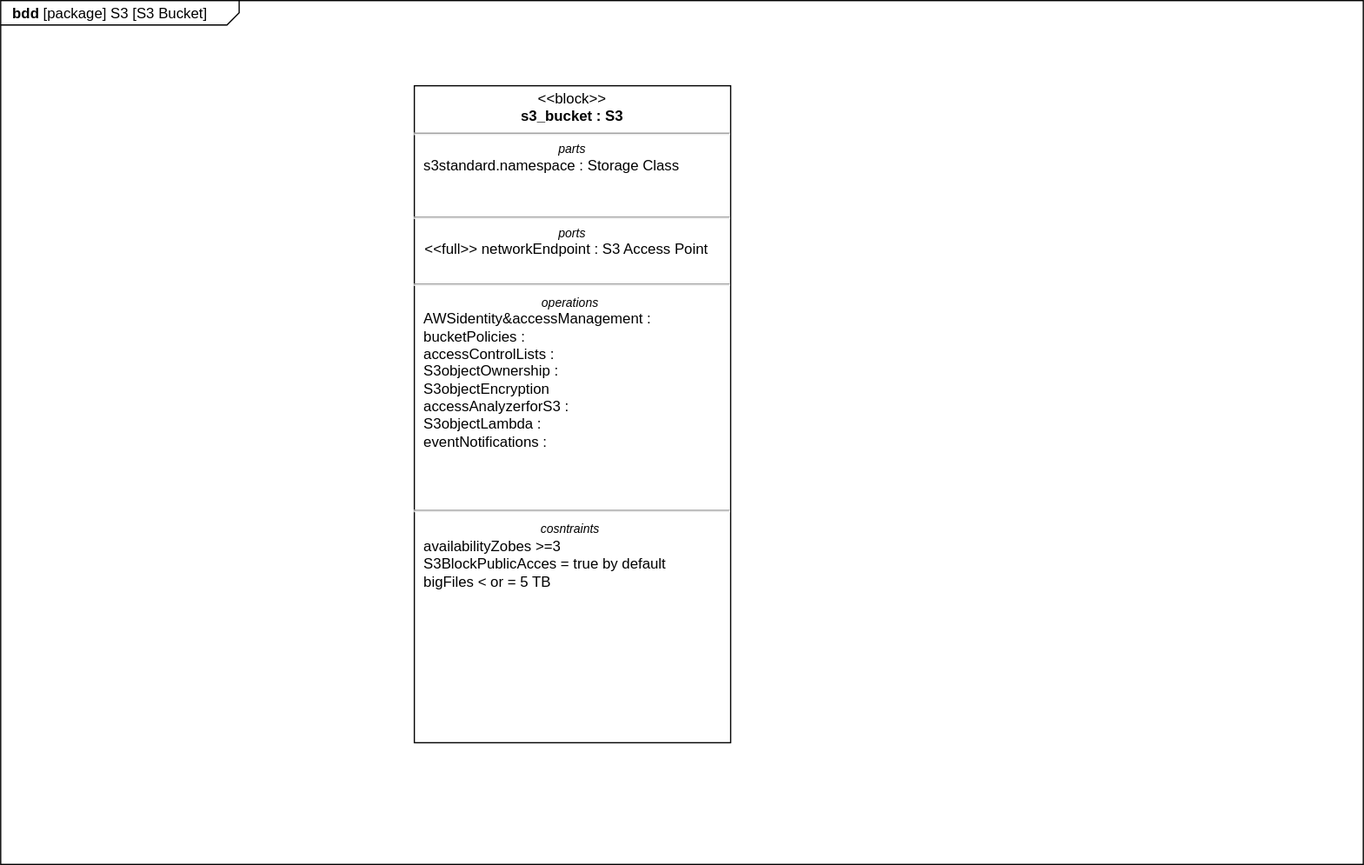
The draw.io diagram Packages/S3/AWS S3 Service-S3 Bucket bdd.svg in JeffreyWerth/AWS-Architecture-Model-Repository, before a commit. Source tidied: cells renumbered, new cells last; positions are measured from the earlier drawing's top-left corner, leaving out a move shared by most shapes.
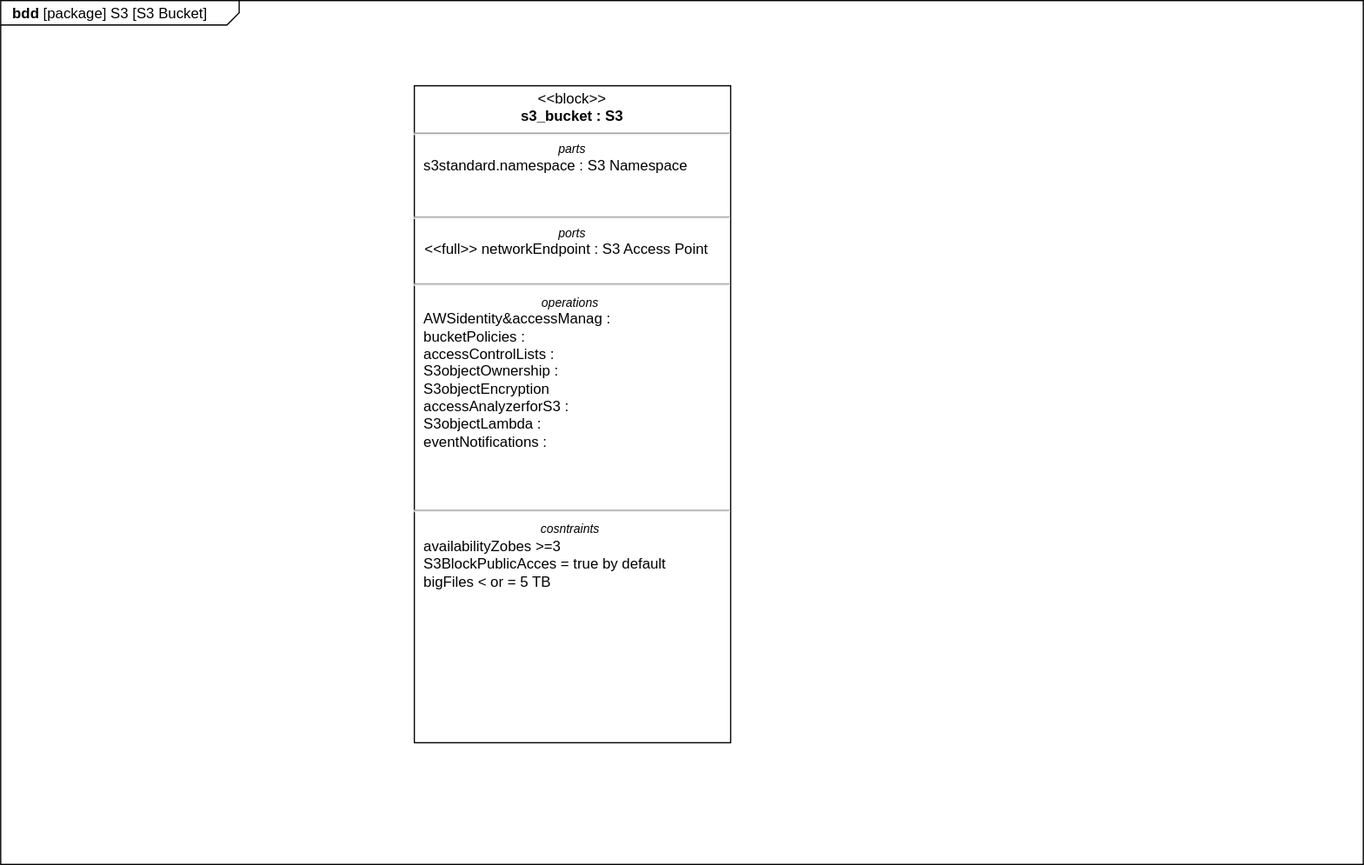
After the commit.

Change to the diagram source:
```diff
@@ -5,7 +5,7 @@
     <mxCell id="2" value="&lt;p style=&quot;margin: 0px ; margin-top: 4px ; margin-left: 10px ; text-align: left&quot;&gt;&lt;b&gt;bdd&lt;/b&gt; [package] S3 [S3 Bucket]&lt;/p&gt;" style="html=1;strokeWidth=1;shape=mxgraph.sysml.package;html=1;overflow=fill;whiteSpace=wrap;fillColor=none;gradientColor=none;fontSize=12;align=center;labelX=196;" parent="1" vertex="1">
       <mxGeometry width="1120" height="710" as="geometry" />
     </mxCell>
-    <mxCell id="3" value="&lt;p style=&quot;margin:0px;margin-top:4px;text-align:center;&quot;&gt;&amp;lt;&amp;lt;block&amp;gt;&amp;gt;&lt;br&gt;&lt;b&gt;s3_bucket : S3&lt;/b&gt;&lt;/p&gt;&lt;hr&gt;&lt;p style=&quot;font-size:10px;margin:0px;text-align:center;&quot;&gt;&lt;/p&gt;&lt;p style=&quot;margin: 0px; text-align: center; font-size: 10px;&quot;&gt;&lt;i&gt;parts&lt;/i&gt;&lt;/p&gt;&lt;p style=&quot;margin: 0px 0px 0px 8px;&quot;&gt;s3standard.namespace : Storage Class&lt;/p&gt;&lt;p style=&quot;margin:0px;margin-left:8px;text-align:left;&quot;&gt;&lt;br&gt;&lt;/p&gt;&lt;p style=&quot;margin:0px;margin-left:8px;text-align:left;&quot;&gt;&lt;br&gt;&lt;/p&gt;&lt;hr&gt;&lt;p style=&quot;font-size: 10px; margin: 0px; text-align: center;&quot;&gt;&lt;/p&gt;&lt;p style=&quot;font-size: 10px; margin: 0px; text-align: center;&quot;&gt;&lt;i&gt;ports&lt;/i&gt;&lt;/p&gt;&lt;p style=&quot;margin: 0px;&quot;&gt;&lt;span style=&quot;font-size: 10px;&quot;&gt;&amp;nbsp;&amp;nbsp;&lt;/span&gt;&amp;nbsp;&amp;lt;&amp;lt;full&amp;gt;&amp;gt; networkEndpoint : S3 Access Point&lt;/p&gt;&lt;div&gt;&lt;br&gt;&lt;/div&gt;&lt;hr&gt;&lt;p style=&quot;font-size: 10px; margin: 0px; text-align: center;&quot;&gt;&lt;/p&gt;&lt;p style=&quot;margin: 0px; text-align: center; font-size: 10px;&quot;&gt;&lt;i&gt;operations&lt;/i&gt;&lt;span style=&quot;background-color: initial; font-size: 12px; text-align: left;&quot;&gt;&amp;nbsp;&lt;/span&gt;&lt;/p&gt;&lt;p style=&quot;margin: 0px 0px 0px 8px;&quot;&gt;AWSidentity&amp;amp;accessManagement :&lt;/p&gt;&lt;p style=&quot;margin: 0px 0px 0px 8px;&quot;&gt;bucketPolicies :&lt;/p&gt;&lt;p style=&quot;margin: 0px 0px 0px 8px;&quot;&gt;accessControlLists :&lt;/p&gt;&lt;p style=&quot;margin: 0px 0px 0px 8px;&quot;&gt;S3objectOwnership :&lt;/p&gt;&lt;p style=&quot;margin: 0px 0px 0px 8px;&quot;&gt;S3objectEncryption&lt;/p&gt;&lt;p style=&quot;margin: 0px 0px 0px 8px;&quot;&gt;accessAnalyzerforS3 :&lt;/p&gt;&lt;p style=&quot;margin: 0px 0px 0px 8px;&quot;&gt;S3objectLambda :&lt;/p&gt;&lt;p style=&quot;margin: 0px 0px 0px 8px;&quot;&gt;eventNotifications :&lt;/p&gt;&lt;p style=&quot;margin: 0px 0px 0px 8px;&quot;&gt;&lt;br&gt;&lt;/p&gt;&lt;p style=&quot;margin: 0px 0px 0px 8px;&quot;&gt;&lt;br&gt;&lt;/p&gt;&lt;p style=&quot;margin: 0px 0px 0px 8px;&quot;&gt;&lt;br&gt;&lt;/p&gt;&lt;hr&gt;&lt;p style=&quot;font-size: 10px; margin: 0px; text-align: center;&quot;&gt;&lt;/p&gt;&lt;p style=&quot;text-align: center; margin: 0px;&quot;&gt;&lt;span style=&quot;background-color: initial; text-align: left; font-size: 10px;&quot;&gt;&lt;i&gt;cosntraints&lt;/i&gt;&lt;/span&gt;&lt;span style=&quot;font-size: 12px; background-color: initial; text-align: left;&quot;&gt;&amp;nbsp;&lt;/span&gt;&lt;/p&gt;&lt;p style=&quot;margin: 0px 0px 0px 8px;&quot;&gt;availabilityZobes &amp;gt;=3&lt;/p&gt;&lt;p style=&quot;margin: 0px 0px 0px 8px;&quot;&gt;S3BlockPublicAcces = true by default&lt;/p&gt;&lt;p style=&quot;margin: 0px 0px 0px 8px;&quot;&gt;bigFiles &amp;lt; or = 5 TB&lt;/p&gt;&lt;p style=&quot;margin: 0px 0px 0px 8px;&quot;&gt;&lt;br&gt;&lt;/p&gt;&lt;p style=&quot;margin: 0px 0px 0px 8px;&quot;&gt;&lt;br&gt;&lt;/p&gt;&lt;p style=&quot;margin: 0px 0px 0px 8px;&quot;&gt;&lt;br&gt;&lt;/p&gt;&lt;p style=&quot;margin: 0px 0px 0px 8px;&quot;&gt;&lt;br&gt;&lt;/p&gt;&lt;p style=&quot;margin: 0px 0px 0px 8px;&quot;&gt;&lt;br&gt;&lt;/p&gt;" style="shape=rect;html=1;overflow=fill;verticalAlign=top;align=left;whiteSpace=wrap;" parent="1" vertex="1">
+    <mxCell id="3" value="&lt;p style=&quot;margin:0px;margin-top:4px;text-align:center;&quot;&gt;&amp;lt;&amp;lt;block&amp;gt;&amp;gt;&lt;br&gt;&lt;b&gt;s3_bucket : S3&lt;/b&gt;&lt;/p&gt;&lt;hr&gt;&lt;p style=&quot;font-size:10px;margin:0px;text-align:center;&quot;&gt;&lt;/p&gt;&lt;p style=&quot;margin: 0px; text-align: center; font-size: 10px;&quot;&gt;&lt;i&gt;parts&lt;/i&gt;&lt;/p&gt;&lt;p style=&quot;margin: 0px 0px 0px 8px;&quot;&gt;s3standard.namespace : S3 Namespace&lt;/p&gt;&lt;p style=&quot;margin:0px;margin-left:8px;text-align:left;&quot;&gt;&lt;br&gt;&lt;/p&gt;&lt;p style=&quot;margin:0px;margin-left:8px;text-align:left;&quot;&gt;&lt;br&gt;&lt;/p&gt;&lt;hr&gt;&lt;p style=&quot;font-size: 10px; margin: 0px; text-align: center;&quot;&gt;&lt;/p&gt;&lt;p style=&quot;font-size: 10px; margin: 0px; text-align: center;&quot;&gt;&lt;i&gt;ports&lt;/i&gt;&lt;/p&gt;&lt;p style=&quot;margin: 0px;&quot;&gt;&lt;span style=&quot;font-size: 10px;&quot;&gt;&amp;nbsp;&amp;nbsp;&lt;/span&gt;&amp;nbsp;&amp;lt;&amp;lt;full&amp;gt;&amp;gt; networkEndpoint : S3 Access Point&lt;/p&gt;&lt;div&gt;&lt;br&gt;&lt;/div&gt;&lt;hr&gt;&lt;p style=&quot;font-size: 10px; margin: 0px; text-align: center;&quot;&gt;&lt;/p&gt;&lt;p style=&quot;margin: 0px; text-align: center; font-size: 10px;&quot;&gt;&lt;i&gt;operations&lt;/i&gt;&lt;span style=&quot;background-color: initial; font-size: 12px; text-align: left;&quot;&gt;&amp;nbsp;&lt;/span&gt;&lt;/p&gt;&lt;p style=&quot;margin: 0px 0px 0px 8px;&quot;&gt;AWSidentity&amp;amp;accessManag :&lt;/p&gt;&lt;p style=&quot;margin: 0px 0px 0px 8px;&quot;&gt;bucketPolicies :&lt;/p&gt;&lt;p style=&quot;margin: 0px 0px 0px 8px;&quot;&gt;accessControlLists :&lt;/p&gt;&lt;p style=&quot;margin: 0px 0px 0px 8px;&quot;&gt;S3objectOwnership :&lt;/p&gt;&lt;p style=&quot;margin: 0px 0px 0px 8px;&quot;&gt;S3objectEncryption&lt;/p&gt;&lt;p style=&quot;margin: 0px 0px 0px 8px;&quot;&gt;accessAnalyzerforS3 :&lt;/p&gt;&lt;p style=&quot;margin: 0px 0px 0px 8px;&quot;&gt;S3objectLambda :&lt;/p&gt;&lt;p style=&quot;margin: 0px 0px 0px 8px;&quot;&gt;eventNotifications :&lt;/p&gt;&lt;p style=&quot;margin: 0px 0px 0px 8px;&quot;&gt;&lt;br&gt;&lt;/p&gt;&lt;p style=&quot;margin: 0px 0px 0px 8px;&quot;&gt;&lt;br&gt;&lt;/p&gt;&lt;p style=&quot;margin: 0px 0px 0px 8px;&quot;&gt;&lt;br&gt;&lt;/p&gt;&lt;hr&gt;&lt;p style=&quot;font-size: 10px; margin: 0px; text-align: center;&quot;&gt;&lt;/p&gt;&lt;p style=&quot;text-align: center; margin: 0px;&quot;&gt;&lt;span style=&quot;background-color: initial; text-align: left; font-size: 10px;&quot;&gt;&lt;i&gt;cosntraints&lt;/i&gt;&lt;/span&gt;&lt;span style=&quot;font-size: 12px; background-color: initial; text-align: left;&quot;&gt;&amp;nbsp;&lt;/span&gt;&lt;/p&gt;&lt;p style=&quot;margin: 0px 0px 0px 8px;&quot;&gt;availabilityZobes &amp;gt;=3&lt;/p&gt;&lt;p style=&quot;margin: 0px 0px 0px 8px;&quot;&gt;S3BlockPublicAcces = true by default&lt;/p&gt;&lt;p style=&quot;margin: 0px 0px 0px 8px;&quot;&gt;bigFiles &amp;lt; or = 5 TB&lt;/p&gt;&lt;p style=&quot;margin: 0px 0px 0px 8px;&quot;&gt;&lt;br&gt;&lt;/p&gt;&lt;p style=&quot;margin: 0px 0px 0px 8px;&quot;&gt;&lt;br&gt;&lt;/p&gt;&lt;p style=&quot;margin: 0px 0px 0px 8px;&quot;&gt;&lt;br&gt;&lt;/p&gt;&lt;p style=&quot;margin: 0px 0px 0px 8px;&quot;&gt;&lt;br&gt;&lt;/p&gt;&lt;p style=&quot;margin: 0px 0px 0px 8px;&quot;&gt;&lt;br&gt;&lt;/p&gt;" style="shape=rect;html=1;overflow=fill;verticalAlign=top;align=left;whiteSpace=wrap;" parent="1" vertex="1">
       <mxGeometry x="340" y="70" width="260" height="540" as="geometry" />
     </mxCell>
   </root>
```
